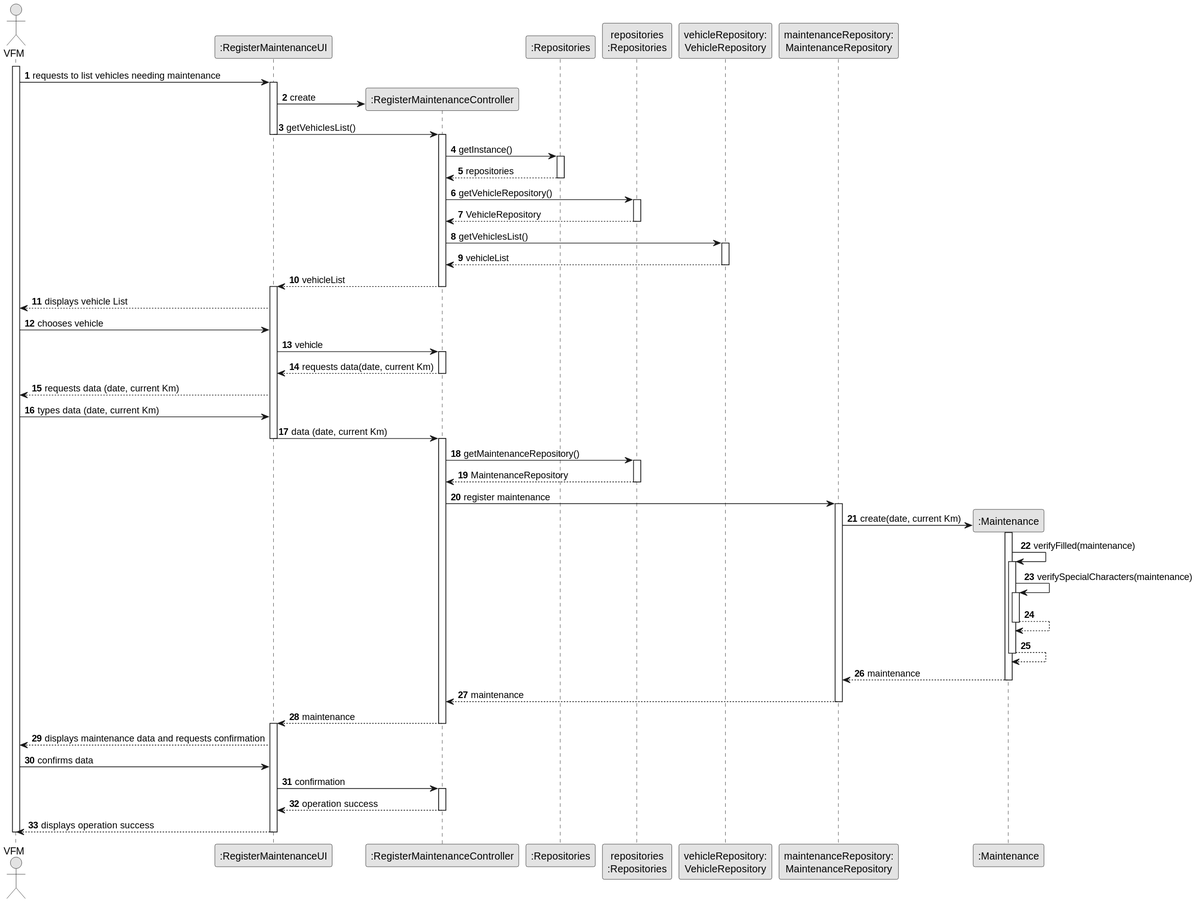
Before: docs/sprintB/us007/03.design/svg/us007-sequence-diagram-full.svg, a diagram exported from PlantUML (ricardomm7/leaflink).
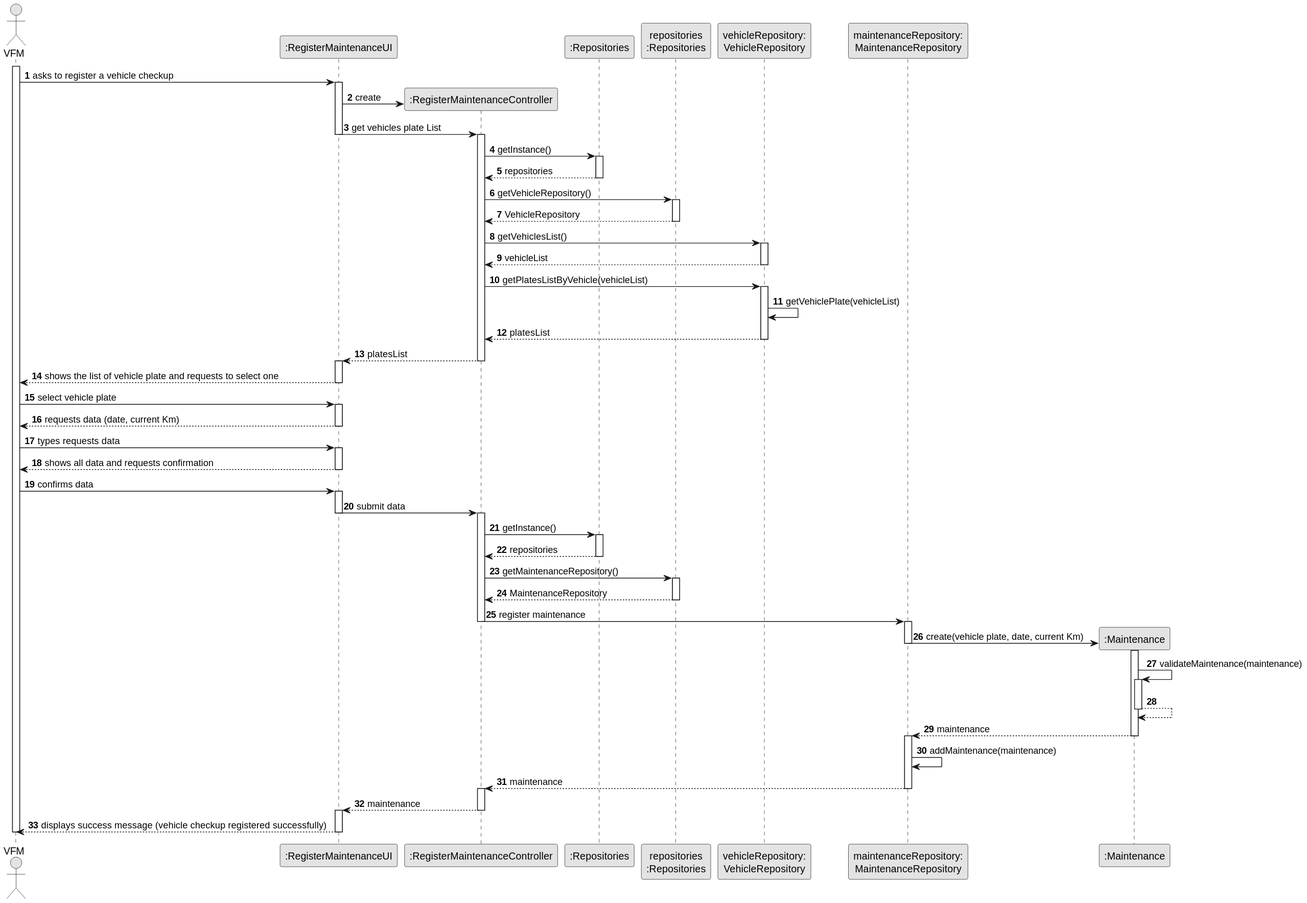
Above is the later version.

Diff of the diagram source:
```diff
@@ -16,12 +16,14 @@
 
 activate VFM
 
-    VFM -> UI : requests to list vehicles needing maintenance
+    VFM -> UI : asks to register a vehicle checkup
     activate UI
 
         UI -> CTRL** : create
 
-        UI -> CTRL : getVehiclesList()
+
+
+        UI -> CTRL : get vehicles plate List
         deactivate UI
         activate CTRL
 
@@ -43,29 +45,48 @@
                 VehicleRepository --> CTRL : vehicleList
             deactivate VehicleRepository
 
-            CTRL --> UI : vehicleList
+            CTRL -> VehicleRepository : getPlatesListByVehicle(vehicleList)
+            activate VehicleRepository
+
+            VehicleRepository -> VehicleRepository: getVehiclePlate(vehicleList)
+
+            VehicleRepository --> CTRL: platesList
+            deactivate VehicleRepository
+
+
+            CTRL --> UI : platesList
             deactivate CTRL
             activate UI
 
-            UI --> VFM : displays vehicle List
+            UI --> VFM : shows the list of vehicle plate and requests to select one
+            deactivate UI
 
-            VFM -> UI : chooses vehicle
+            VFM -> UI : select vehicle plate
+            activate UI
 
-            UI -> CTRL : vehicle
-            activate CTRL
-
-            CTRL --> UI : requests data(date, current Km)
-            deactivate CTRL
 
             UI --> VFM : requests data (date, current Km)
+            deactivate UI
 
-            VFM -> UI : types data (date, current Km)
+            VFM -> UI : types requests data
+            activate UI
+
+            UI --> VFM : shows all data and requests confirmation
+            deactivate UI
+
+            VFM -> UI : confirms data
+            activate UI
 
 
-            UI -> CTRL : data (date, current Km)
+            UI -> CTRL : submit data
             deactivate UI
             activate CTRL
 
+            CTRL -> RepositorySingleton: getInstance()
+            activate RepositorySingleton
+
+            RepositorySingleton --> CTRL:repositories
+            deactivate RepositorySingleton
 
             CTRL -> PLAT : getMaintenanceRepository()
             activate PLAT
@@ -74,38 +95,36 @@
             deactivate PLAT
 
             CTRL -> MaintenanceRepository : register maintenance
+                        deactivate CTRL
             activate MaintenanceRepository
 
-            MaintenanceRepository -> Maintenance** : create(date, current Km)
+            MaintenanceRepository -> Maintenance** : create(vehicle plate, date, current Km)
+            deactivate MaintenanceRepository
             activate Maintenance
 
-                Maintenance -> Maintenance : verifyFilled(maintenance)
-                activate Maintenance
-                Maintenance -> Maintenance : verifySpecialCharacters(maintenance)
+
+                Maintenance -> Maintenance : validateMaintenance(maintenance)
                 activate Maintenance
                 Maintenance --> Maintenance
                 deactivate Maintenance
-                Maintenance --> Maintenance
-                deactivate Maintenance
+
 
                 Maintenance --> MaintenanceRepository : maintenance
                deactivate Maintenance
+
+               activate MaintenanceRepository
+
+                MaintenanceRepository -> MaintenanceRepository: addMaintenance(maintenance)
+
                MaintenanceRepository --> CTRL : maintenance
                deactivate MaintenanceRepository
+                              activate CTRL
+
                CTRL --> UI : maintenance
                deactivate CTRL
                activate UI
 
-               UI --> VFM : displays maintenance data and requests confirmation
-               VFM -> UI : confirms data
-
-               UI -> CTRL : confirmation
-               activate CTRL
-
-               CTRL --> UI : operation success
-               deactivate CTRL
-
-               UI --> VFM : displays operation success
+               UI --> VFM : displays success message (vehicle checkup registered successfully)
                deactivate UI
 
                deactivate VFM
```
